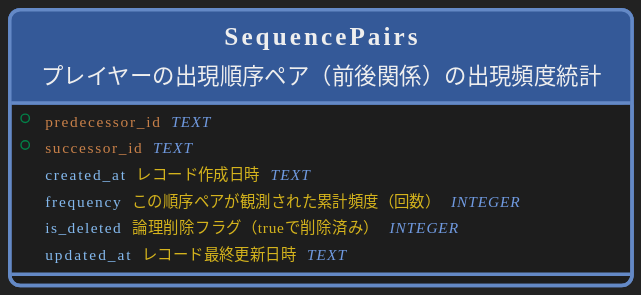
Earlier version of the PlantUML export NssOrderTool/docs/database/images/tables/SequencePairs.svg (clear-bg/NSS-player-order-estimation).
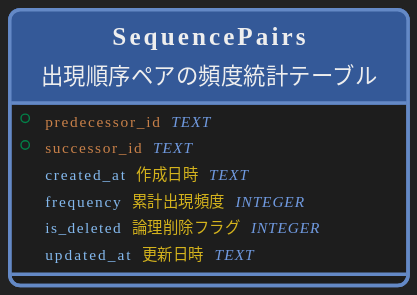
The same file after the commit.

The edit, as a diff of the source:
```diff
@@ -1,12 +1,12 @@
 @startuml
 !include ../../helper.puml
 
-entity table_desc(SequencePairs, プレイヤーの出現順序ペア（前後関係）の出現頻度統計) {
+entity table_desc(SequencePairs, 出現順序ペアの頻度統計テーブル) {
     pk(predecessor_id, TEXT)
     pk(successor_id, TEXT)
-    col(created_at, TEXT, 'レコード作成日時')
-    col(frequency, INTEGER, 'この順序ペアが観測された累計頻度（回数）')
-    col(is_deleted, INTEGER, '論理削除フラグ（trueで削除済み）')
-    col(updated_at, TEXT, 'レコード最終更新日時')
+    col(created_at, TEXT, '作成日時')
+    col(frequency, INTEGER, '累計出現頻度')
+    col(is_deleted, INTEGER, '論理削除フラグ')
+    col(updated_at, TEXT, '更新日時')
 }
 @enduml
```
